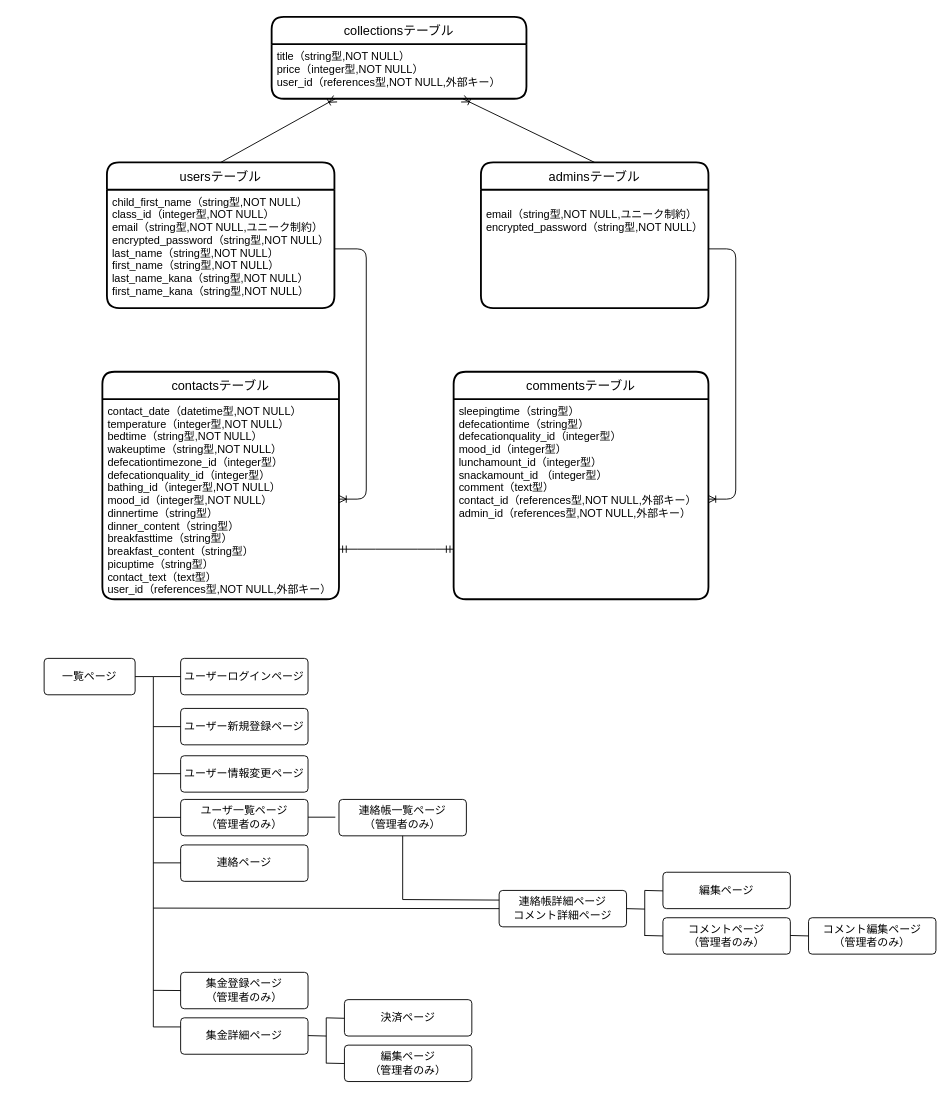
Earlier version of the draw.io diagram contact.dio (sugisanize/contact_book). Source tidied: cells renumbered, new cells numbered last; positions are measured from the earlier drawing's top-left corner, leaving out a move shared by most shapes. Both pictures are drawn from the tidied source at 91%, with x=0, y=0 at pixel (44, 16).
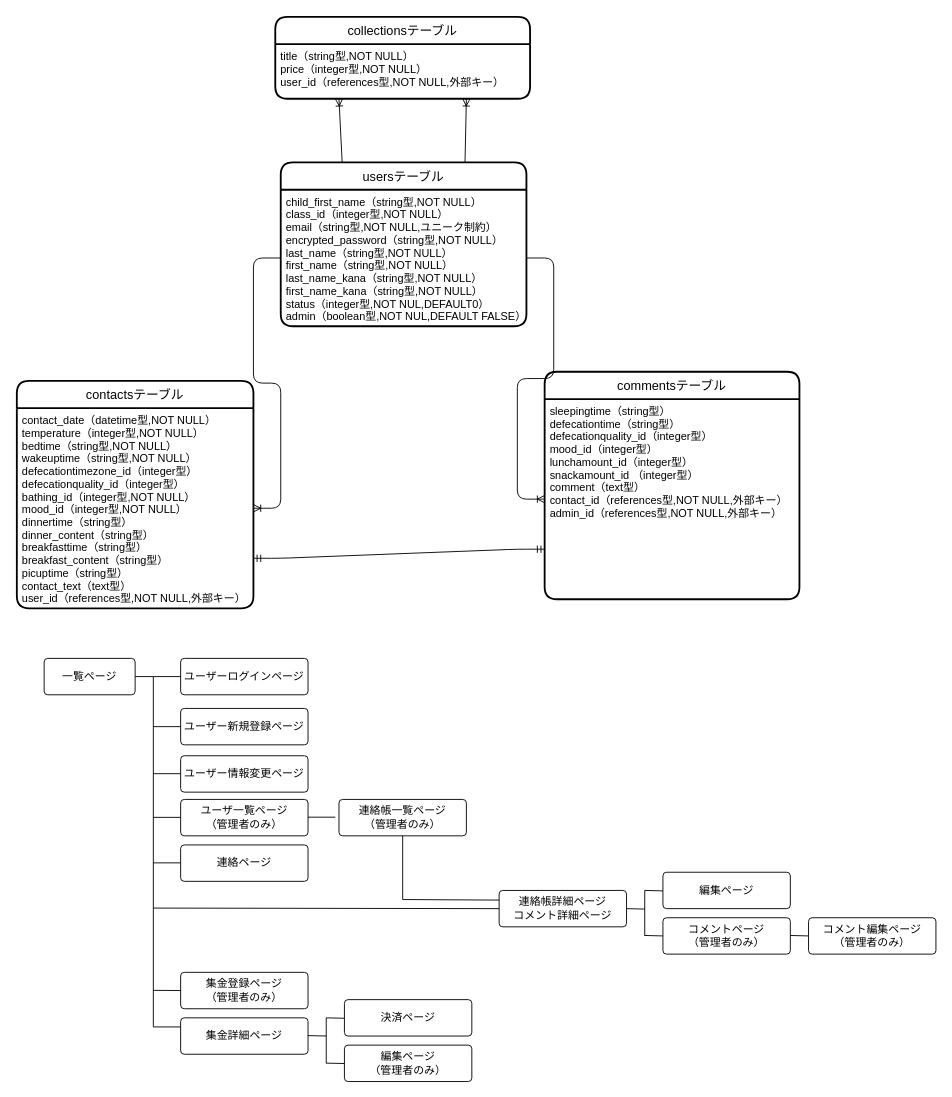
After the change.

The change refers to these unchanged cells:
```xml
<mxCell id="5" value="title（string型,NOT NULL）&#10;price（integer型,NOT NULL）&#10;user_id（references型,NOT NULL,外部キー）" style="align=left;strokeColor=none;fillColor=none;spacingLeft=4;fontSize=12;verticalAlign=top;" parent="4" vertex="1">
  <mxGeometry y="30" width="280" height="60" as="geometry" />
</mxCell>
<mxCell id="7" value="contact_date（datetime型,NOT NULL）&#10;temperature（integer型,NOT NULL）&#10;bedtime（string型,NOT NULL）&#10;wakeuptime（string型,NOT NULL）&#10;defecationtimezone_id（integer型）&#10;defecationquality_id（integer型）&#10;bathing_id（integer型,NOT NULL）&#10;mood_id（integer型,NOT NULL）&#10;dinnertime（string型）&#10;dinner_content（string型）&#10;breakfasttime（string型）&#10;breakfast_content（string型）&#10;picuptime（string型）&#10;contact_text（text型）&#10;user_id（references型,NOT NULL,外部キー）" style="align=left;strokeColor=none;fillColor=none;spacingLeft=4;fontSize=12;verticalAlign=top;" parent="6" vertex="1">
  <mxGeometry y="30" width="260" height="220" as="geometry" />
</mxCell>
<mxCell id="9" value="sleepingtime（string型）&#10;defecationtime（string型）&#10;defecationquality_id（integer型）&#10;mood_id（integer型）&#10;lunchamount_id（integer型）&#10;snackamount_id （integer型）&#10;comment（text型）&#10;contact_id（references型,NOT NULL,外部キー）&#10;admin_id（references型,NOT NULL,外部キー）" style="align=left;strokeColor=none;fillColor=none;spacingLeft=4;fontSize=12;verticalAlign=top;" parent="8" vertex="1">
  <mxGeometry y="30" width="280" height="220" as="geometry" />
</mxCell>
```

What changed in the source:
```diff
@@
     <mxCell id="2" value="usersテーブル" style="swimlane;horizontal=1;startSize=30;rounded=1;fontSize=14;fontStyle=0;strokeWidth=2;shadow=0;dashed=0;align=center;" parent="1" vertex="1">
-      <mxGeometry x="69" y="160" width="250" height="160" as="geometry" />
+      <mxGeometry x="260" y="160" width="270" height="180" as="geometry" />
     </mxCell>
-    <mxCell id="3" value="child_first_name（string型,NOT NULL）&#10;class_id（integer型,NOT NULL）&#10;email（string型,NOT NULL,ユニーク制約）&#10;encrypted_password（string型,NOT NULL）&#10;last_name（string型,NOT NULL）&#10;first_name（string型,NOT NULL）&#10;last_name_kana（string型,NOT NULL）&#10;first_name_kana（string型,NOT NULL）" style="align=left;strokeColor=none;fillColor=none;spacingLeft=4;fontSize=12;verticalAlign=top;" parent="2" vertex="1">
-      <mxGeometry y="30" width="250" height="130" as="geometry" />
+    <mxCell id="3" value="child_first_name（string型,NOT NULL）&#10;class_id（integer型,NOT NULL）&#10;email（string型,NOT NULL,ユニーク制約）&#10;encrypted_password（string型,NOT NULL）&#10;last_name（string型,NOT NULL）&#10;first_name（string型,NOT NULL）&#10;last_name_kana（string型,NOT NULL）&#10;first_name_kana（string型,NOT NULL）&#10;status（integer型,NOT NUL,DEFAULT0）&#10;admin（boolean型,NOT NUL,DEFAULT FALSE）" style="align=left;strokeColor=none;fillColor=none;spacingLeft=4;fontSize=12;verticalAlign=top;" parent="2" vertex="1">
+      <mxGeometry y="30" width="270" height="150" as="geometry" />
     </mxCell>
     <mxCell id="4" value="collectionsテーブル" style="swimlane;horizontal=1;startSize=30;rounded=1;fontSize=14;fontStyle=0;strokeWidth=2;shadow=0;dashed=0;align=center;" parent="1" vertex="1">
-      <mxGeometry x="250" width="280" height="90" as="geometry" />
+      <mxGeometry x="254" width="280" height="90" as="geometry" />
     </mxCell>
@@
     <mxCell id="6" value="contactsテーブル" style="swimlane;horizontal=1;startSize=30;rounded=1;fontSize=14;fontStyle=0;strokeWidth=2;shadow=0;dashed=0;align=center;" parent="1" vertex="1">
-      <mxGeometry x="64" y="390" width="260" height="250" as="geometry" />
+      <mxGeometry x="-30" y="400" width="260" height="250" as="geometry" />
     </mxCell>
@@
     <mxCell id="8" value="commentsテーブル" style="swimlane;horizontal=1;startSize=30;rounded=1;fontSize=14;fontStyle=0;strokeWidth=2;shadow=0;dashed=0;align=center;" parent="1" vertex="1">
-      <mxGeometry x="450" y="390" width="280" height="250" as="geometry" />
+      <mxGeometry x="550" y="390" width="280" height="250" as="geometry" />
     </mxCell>
@@
-    <mxCell id="10" style="edgeStyle=entityRelationEdgeStyle;fontSize=12;html=1;endArrow=ERoneToMany;exitX=1;exitY=0.5;exitDx=0;exitDy=0;" parent="1" edge="1" source="3" target="7">
+    <mxCell id="10" style="edgeStyle=entityRelationEdgeStyle;fontSize=12;html=1;endArrow=ERoneToMany;exitX=0;exitY=0.5;exitDx=0;exitDy=0;entryX=1;entryY=0.5;entryDx=0;entryDy=0;" parent="1" edge="1" source="3" target="7">
       <mxGeometry relative="1" as="geometry" />
     </mxCell>
-    <mxCell id="11" style="edgeStyle=entityRelationEdgeStyle;fontSize=12;html=1;endArrow=ERoneToMany;entryX=1;entryY=0.5;entryDx=0;entryDy=0;" parent="1" edge="1" source="50" target="9">
+    <mxCell id="11" style="edgeStyle=entityRelationEdgeStyle;fontSize=12;html=1;endArrow=ERoneToMany;entryX=0;entryY=0.5;entryDx=0;entryDy=0;exitX=1;exitY=0.5;exitDx=0;exitDy=0;" parent="1" edge="1" source="3" target="9">
       <mxGeometry relative="1" as="geometry" />
     </mxCell>
@@
-    <mxCell id="13" style="fontSize=12;html=1;endArrow=ERoneToMany;exitX=0.5;exitY=0;exitDx=0;exitDy=0;entryX=0.75;entryY=1;entryDx=0;entryDy=0;" parent="1" edge="1" source="49" target="5">
+    <mxCell id="13" style="fontSize=12;html=1;endArrow=ERoneToMany;exitX=0.75;exitY=0;exitDx=0;exitDy=0;entryX=0.75;entryY=1;entryDx=0;entryDy=0;" parent="1" edge="1" source="2" target="5">
       <mxGeometry relative="1" as="geometry" />
     </mxCell>
-    <mxCell id="14" style="fontSize=12;html=1;endArrow=ERoneToMany;exitX=0.5;exitY=0;exitDx=0;exitDy=0;entryX=0.25;entryY=1;entryDx=0;entryDy=0;" parent="1" edge="1" source="2" target="5">
+    <mxCell id="14" style="fontSize=12;html=1;endArrow=ERoneToMany;exitX=0.25;exitY=0;exitDx=0;exitDy=0;entryX=0.25;entryY=1;entryDx=0;entryDy=0;" parent="1" edge="1" source="2" target="5">
       <mxGeometry relative="1" as="geometry" />
     </mxCell>
@@
-    <mxCell id="49" value="adminsテーブル" style="swimlane;horizontal=1;startSize=30;rounded=1;fontSize=14;fontStyle=0;strokeWidth=2;shadow=0;dashed=0;align=center;" parent="1" vertex="1">
-      <mxGeometry x="480" y="160" width="250" height="160" as="geometry" />
-    </mxCell>
-    <mxCell id="50" value="&#10;email（string型,NOT NULL,ユニーク制約）&#10;encrypted_password（string型,NOT NULL）" style="align=left;strokeColor=none;fillColor=none;spacingLeft=4;fontSize=12;verticalAlign=top;" parent="49" vertex="1">
-      <mxGeometry y="30" width="250" height="130" as="geometry" />
-    </mxCell>
```
